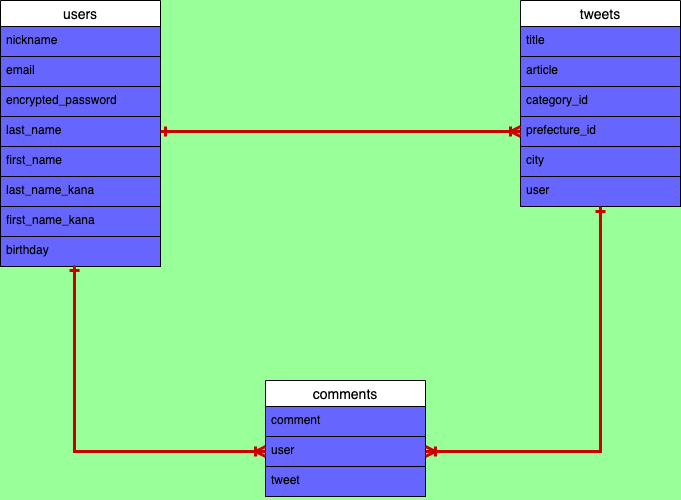
Above: er.png in takatakaakiaki/toripiyo (draw.io), before the change. Source tidied: cells renumbered, new cells last; positions are measured from the earlier drawing's top-left corner, leaving out a move shared by most shapes.
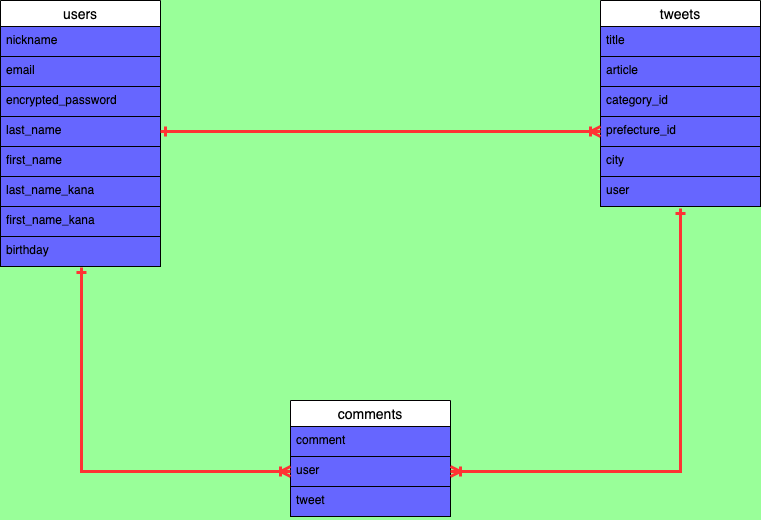
Later version of the same file.

The edit, as a diff of the source:
```diff
@@ -3,7 +3,7 @@
     <mxCell id="0" />
     <mxCell id="1" parent="0" />
     <mxCell id="2" value="users" style="swimlane;fontStyle=0;horizontal=1;startSize=26;align=center;fontSize=14;swimlaneFillColor=#6666FF;strokeColor=#000000;" parent="1" vertex="1">
-      <mxGeometry width="160" height="266" as="geometry" />
+      <mxGeometry y="-40" width="160" height="266" as="geometry" />
     </mxCell>
     <mxCell id="3" value="nickname" style="text;fillColor=none;spacingLeft=4;spacingRight=4;overflow=hidden;fontSize=12;strokeColor=#000000;" parent="2" vertex="1">
       <mxGeometry y="26" width="160" height="30" as="geometry" />
@@ -30,7 +30,7 @@
       <mxGeometry y="236" width="160" height="30" as="geometry" />
     </mxCell>
     <mxCell id="11" value="tweets" style="swimlane;fontStyle=0;horizontal=1;startSize=26;align=center;fontSize=14;swimlaneFillColor=#6666FF;strokeColor=#000000;" parent="1" vertex="1">
-      <mxGeometry x="520" width="160" height="206" as="geometry" />
+      <mxGeometry x="600" y="-40" width="160" height="206" as="geometry" />
     </mxCell>
     <mxCell id="12" value="title" style="text;fillColor=none;spacingLeft=4;spacingRight=4;overflow=hidden;fontSize=12;strokeColor=#000000;" parent="11" vertex="1">
       <mxGeometry y="26" width="160" height="30" as="geometry" />
@@ -51,7 +51,7 @@
       <mxGeometry y="176" width="160" height="30" as="geometry" />
     </mxCell>
     <mxCell id="18" value="comments" style="swimlane;fontStyle=0;horizontal=1;startSize=26;align=center;fontSize=14;swimlaneFillColor=#6666FF;strokeColor=#000000;" parent="1" vertex="1">
-      <mxGeometry x="265" y="380" width="160" height="116" as="geometry" />
+      <mxGeometry x="290" y="360" width="160" height="116" as="geometry" />
     </mxCell>
     <mxCell id="19" value="comment" style="text;fillColor=none;spacingLeft=4;spacingRight=4;overflow=hidden;fontSize=12;strokeColor=#000000;" parent="18" vertex="1">
       <mxGeometry y="26" width="160" height="30" as="geometry" />
@@ -62,20 +62,18 @@
     <mxCell id="21" value="tweet" style="text;fillColor=none;spacingLeft=4;spacingRight=4;overflow=hidden;fontSize=12;strokeColor=#000000;" parent="18" vertex="1">
       <mxGeometry y="86" width="160" height="30" as="geometry" />
     </mxCell>
-    <mxCell id="22" style="edgeStyle=orthogonalEdgeStyle;rounded=0;jettySize=auto;html=1;exitX=1;exitY=0.5;exitDx=0;exitDy=0;entryX=0;entryY=0.5;entryDx=0;entryDy=0;strokeWidth=3;strokeColor=#CC0000;startArrow=ERone;startFill=0;endArrow=ERoneToMany;endFill=0;" parent="1" edge="1" source="6" target="15">
+    <mxCell id="22" style="edgeStyle=orthogonalEdgeStyle;rounded=0;jettySize=auto;html=1;exitX=1;exitY=0.5;exitDx=0;exitDy=0;entryX=0;entryY=0.5;entryDx=0;entryDy=0;startArrow=ERone;startFill=0;endArrow=ERoneToMany;endFill=0;strokeColor=#FF3333;strokeWidth=3;" parent="1" edge="1" source="6" target="15">
       <mxGeometry relative="1" as="geometry" />
     </mxCell>
+    <mxCell id="25" style="edgeStyle=orthogonalEdgeStyle;rounded=0;jettySize=auto;html=1;exitX=1;exitY=0.5;exitDx=0;exitDy=0;entryX=0.5;entryY=1.067;entryDx=0;entryDy=0;entryPerimeter=0;startArrow=ERoneToMany;startFill=0;endArrow=ERone;endFill=0;strokeColor=#FF3333;strokeWidth=3;" parent="1" edge="1" source="20" target="17">
+      <mxGeometry relative="1" as="geometry">
+        <Array as="points">
+          <mxPoint x="680" y="431" />
+        </Array>
+      </mxGeometry>
+    </mxCell>
-    <mxCell id="23" style="edgeStyle=orthogonalEdgeStyle;rounded=0;jettySize=auto;html=1;exitX=0;exitY=0.5;exitDx=0;exitDy=0;entryX=0.463;entryY=0.967;entryDx=0;entryDy=0;entryPerimeter=0;startArrow=ERoneToMany;startFill=0;endArrow=ERone;endFill=0;strokeColor=#CC0000;strokeWidth=3;" parent="1" edge="1" source="20" target="10">
+    <mxCell id="23" style="edgeStyle=orthogonalEdgeStyle;rounded=0;jettySize=auto;html=1;exitX=0;exitY=0.5;exitDx=0;exitDy=0;startArrow=ERoneToMany;startFill=0;endArrow=ERone;endFill=0;strokeColor=#FF3333;strokeWidth=3;entryX=0.506;entryY=1.033;entryDx=0;entryDy=0;entryPerimeter=0;" parent="1" edge="1" source="20" target="10">
       <mxGeometry relative="1" as="geometry" />
     </mxCell>
-    <mxCell id="24" style="edgeStyle=orthogonalEdgeStyle;rounded=0;jettySize=auto;html=1;exitX=1;exitY=0.5;exitDx=0;exitDy=0;startArrow=ERoneToMany;startFill=0;endArrow=ERone;endFill=0;strokeColor=#CC0000;strokeWidth=3;" parent="1" edge="1" source="20">
-      <mxGeometry relative="1" as="geometry">
-        <mxPoint x="600" y="206" as="targetPoint" />
-        <Array as="points">
-          <mxPoint x="600" y="451" />
-          <mxPoint x="600" y="206" />
-        </Array>
-      </mxGeometry>
-    </mxCell>
   </root>
 </mxGraphModel>
```
